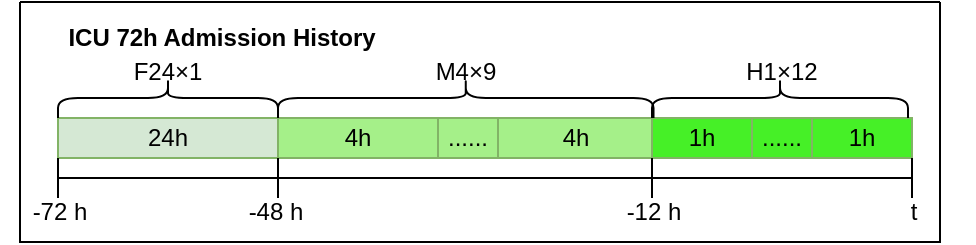
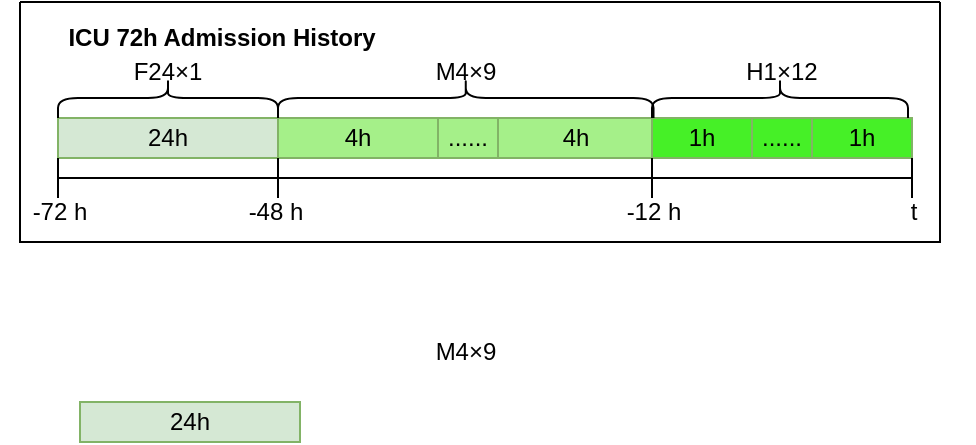
<mxfile host="app.diagrams.net">
  <diagram name="第 1 页" id="ZXRgyMgndbSnMul60k35">
-     <mxGraphModel dx="903" dy="616" grid="1" gridSize="10" guides="1" tooltips="1" connect="1" arrows="1" fold="1" page="1" pageScale="1" pageWidth="827" pageHeight="1169" math="0" shadow="0">
+     <mxGraphModel dx="632" dy="431" grid="1" gridSize="10" guides="1" tooltips="1" connect="1" arrows="1" fold="1" page="1" pageScale="1" pageWidth="827" pageHeight="1169" math="0" shadow="0">
      <root>
        <mxCell id="0" />
        <mxCell id="1" parent="0" />
        <mxCell id="Cz9zJ3ElJhsfQI_fBBap-1" parent="1" style="rounded=0;whiteSpace=wrap;html=1;fillColor=#d5e8d4;strokeColor=#82b366;" value="24h" vertex="1">
          <mxGeometry height="20" width="110" x="309" y="248" as="geometry" />
        </mxCell>
        <mxCell id="Cz9zJ3ElJhsfQI_fBBap-2" parent="1" style="rounded=0;whiteSpace=wrap;html=1;fillColor=light-dark(#A5F089,#1F2F1E);strokeColor=#82b366;" value="4h" vertex="1">
          <mxGeometry height="20" width="80" x="419" y="248" as="geometry" />
        </mxCell>
        <mxCell id="Cz9zJ3ElJhsfQI_fBBap-3" parent="1" style="rounded=0;whiteSpace=wrap;html=1;fillColor=light-dark(#A5F089,#1F2F1E);strokeColor=#82b366;" value="4h" vertex="1">
          <mxGeometry height="20" width="84" x="526" y="248" as="geometry" />
        </mxCell>
        <mxCell id="Cz9zJ3ElJhsfQI_fBBap-4" parent="1" style="rounded=0;whiteSpace=wrap;html=1;fillColor=light-dark(#A5F089,#1F2F1E);strokeColor=#82b366;" value="......" vertex="1">
          <mxGeometry height="20" width="30" x="499" y="248" as="geometry" />
        </mxCell>
        <mxCell id="Cz9zJ3ElJhsfQI_fBBap-5" parent="1" style="rounded=0;whiteSpace=wrap;html=1;fillColor=light-dark(#46F027,#1F2F1E);strokeColor=#82b366;" value="1h" vertex="1">
          <mxGeometry height="20" width="50" x="606" y="248" as="geometry" />
        </mxCell>
        <mxCell id="Cz9zJ3ElJhsfQI_fBBap-6" parent="1" style="rounded=0;whiteSpace=wrap;html=1;fillColor=light-dark(#46F027,#1F2F1E);strokeColor=#82b366;" value="1h" vertex="1">
          <mxGeometry height="20" width="50" x="686" y="248" as="geometry" />
        </mxCell>
        <mxCell id="Cz9zJ3ElJhsfQI_fBBap-7" parent="1" style="rounded=0;whiteSpace=wrap;html=1;fillColor=light-dark(#46F027,#1F2F1E);strokeColor=#82b366;" value="......" vertex="1">
          <mxGeometry height="20" width="30" x="656" y="248" as="geometry" />
        </mxCell>
        <mxCell id="Cz9zJ3ElJhsfQI_fBBap-8" parent="1" style="shape=crossbar;whiteSpace=wrap;html=1;rounded=1;" value="" vertex="1">
          <mxGeometry height="20" width="110" x="309" y="268" as="geometry" />
        </mxCell>
        <mxCell id="Cz9zJ3ElJhsfQI_fBBap-9" parent="1" style="text;html=1;whiteSpace=wrap;strokeColor=none;fillColor=none;align=center;verticalAlign=middle;rounded=0;" value="-72 h" vertex="1">
          <mxGeometry height="30" width="60" x="280" y="280" as="geometry" />
        </mxCell>
        <mxCell id="Cz9zJ3ElJhsfQI_fBBap-10" parent="1" style="text;html=1;whiteSpace=wrap;strokeColor=none;fillColor=none;align=center;verticalAlign=middle;rounded=0;" value="-48 h" vertex="1">
          <mxGeometry height="30" width="60" x="388" y="280" as="geometry" />
        </mxCell>
        <mxCell id="Cz9zJ3ElJhsfQI_fBBap-11" parent="1" style="shape=crossbar;whiteSpace=wrap;html=1;rounded=1;" value="" vertex="1">
          <mxGeometry height="20" width="187" x="419" y="268" as="geometry" />
        </mxCell>
        <mxCell id="Cz9zJ3ElJhsfQI_fBBap-12" parent="1" style="shape=crossbar;whiteSpace=wrap;html=1;rounded=1;" value="" vertex="1">
          <mxGeometry height="20" width="130" x="606" y="268" as="geometry" />
        </mxCell>
        <mxCell id="Cz9zJ3ElJhsfQI_fBBap-13" parent="1" style="text;html=1;whiteSpace=wrap;strokeColor=none;fillColor=none;align=center;verticalAlign=middle;rounded=0;" value="-12 h" vertex="1">
          <mxGeometry height="30" width="60" x="577" y="280" as="geometry" />
        </mxCell>
        <mxCell id="Cz9zJ3ElJhsfQI_fBBap-14" parent="1" style="text;html=1;whiteSpace=wrap;strokeColor=none;fillColor=none;align=center;verticalAlign=middle;rounded=0;" value="t" vertex="1">
          <mxGeometry height="30" width="60" x="707" y="280" as="geometry" />
        </mxCell>
        <mxCell id="Cz9zJ3ElJhsfQI_fBBap-16" parent="1" style="shape=curlyBracket;whiteSpace=wrap;html=1;rounded=1;flipH=1;labelPosition=right;verticalLabelPosition=middle;align=left;verticalAlign=middle;legacyAnchorPoints=0;rotation=-90;" value="" vertex="1">
          <mxGeometry height="110" width="20" x="354" y="183" as="geometry" />
        </mxCell>
        <mxCell id="Cz9zJ3ElJhsfQI_fBBap-17" parent="1" style="text;html=1;whiteSpace=wrap;strokeColor=none;fillColor=none;align=center;verticalAlign=middle;rounded=0;" value="F24×1" vertex="1">
          <mxGeometry height="30" width="60" x="334" y="210" as="geometry" />
        </mxCell>
        <mxCell id="Cz9zJ3ElJhsfQI_fBBap-19" parent="1" style="shape=curlyBracket;whiteSpace=wrap;html=1;rounded=1;labelPosition=left;verticalLabelPosition=middle;align=right;verticalAlign=middle;rotation=90;" value="" vertex="1">
          <mxGeometry height="187.75" width="20" x="502.88" y="144.13" as="geometry" />
        </mxCell>
        <mxCell id="Cz9zJ3ElJhsfQI_fBBap-22" parent="1" style="shape=curlyBracket;whiteSpace=wrap;html=1;rounded=1;labelPosition=left;verticalLabelPosition=middle;align=right;verticalAlign=middle;rotation=90;" value="" vertex="1">
          <mxGeometry height="128" width="20" x="660" y="174" as="geometry" />
        </mxCell>
        <mxCell id="Cz9zJ3ElJhsfQI_fBBap-23" parent="1" style="text;html=1;whiteSpace=wrap;strokeColor=none;fillColor=none;align=center;verticalAlign=middle;rounded=0;" value="M4×9" vertex="1">
          <mxGeometry height="30" width="60" x="482.5" y="210" as="geometry" />
        </mxCell>
        <mxCell id="Cz9zJ3ElJhsfQI_fBBap-24" parent="1" style="text;html=1;whiteSpace=wrap;strokeColor=none;fillColor=none;align=center;verticalAlign=middle;rounded=0;" value="H1×12&lt;span style=&quot;color: rgba(0, 0, 0, 0); font-family: monospace; font-size: 0px; text-align: start; white-space: nowrap;&quot;&gt;%3CmxGraphModel%3E%3Croot%3E%3CmxCell%20id%3D%220%22%2F%3E%3CmxCell%20id%3D%221%22%20parent%3D%220%22%2F%3E%3CmxCell%20id%3D%222%22%20parent%3D%221%22%20style%3D%22text%3Bhtml%3D1%3BwhiteSpace%3Dwrap%3BstrokeColor%3Dnone%3BfillColor%3Dnone%3Balign%3Dcenter%3BverticalAlign%3Dmiddle%3Brounded%3D0%3B%22%20value%3D%22M4%C3%979%22%20vertex%3D%221%22%3E%3CmxGeometry%20height%3D%2230%22%20width%3D%2260%22%20x%3D%22482.5%22%20y%3D%22210%22%20as%3D%22geometry%22%2F%3E%3C%2FmxCell%3E%3C%2Froot%3E%3C%2FmxGraphModel%3E%3CmxGraphModel%3E%3Croot%3E%3CmxCell%20id%3D%220%22%2F%3E%3CmxCell%20id%3D%221%22%20parent%3D%220%22%2F%3E%3CmxCell%20id%3D%222%22%20parent%3D%221%22%20style%3D%22text%3Bhtml%3D1%3BwhiteSpace%3Dwrap%3BstrokeColor%3Dnone%3BfillColor%3Dnone%3Balign%3Dcenter%3BverticalAlign%3Dmiddle%3Brounded%3D0%3B%22%20value%3D%22M4%C3%979%22%20vertex%3D%221%22%3E%3CmxGeometry%20height%3D%2230%22%20width%3D%2260%22%20x%3D%22482.5%22%20y%3D%22210%22%20as%3D%22geometry%22%2F%3E%3C%2FmxCell%3E%3C%2Froot%3E%3C%2FmxGraphModel%3E&lt;/span&gt;" vertex="1">
          <mxGeometry height="30" width="60" x="641" y="210" as="geometry" />
        </mxCell>
        <mxCell id="Cz9zJ3ElJhsfQI_fBBap-25" parent="1" style="swimlane;startSize=0;" value="" vertex="1">
          <mxGeometry height="120" width="460" x="290" y="190" as="geometry" />
        </mxCell>
        <mxCell id="Cz9zJ3ElJhsfQI_fBBap-15" parent="Cz9zJ3ElJhsfQI_fBBap-25" style="text;html=1;whiteSpace=wrap;strokeColor=none;fillColor=none;align=center;verticalAlign=middle;rounded=0;" value="&lt;b&gt;ICU 72h Admission History&lt;/b&gt;" vertex="1">
          <mxGeometry height="30" width="184" x="8.5" y="3" as="geometry" />
        </mxCell>
+         <mxCell id="Cz9zJ3ElJhsfQI_fBBap-30" parent="1" style="text;html=1;whiteSpace=wrap;strokeColor=none;fillColor=none;align=center;verticalAlign=middle;rounded=0;" value="M4×9" vertex="1">
+           <mxGeometry height="30" width="60" x="482.5" y="350" as="geometry" />
+         </mxCell>
+         <mxCell id="Cz9zJ3ElJhsfQI_fBBap-31" parent="1" style="rounded=0;whiteSpace=wrap;html=1;fillColor=#d5e8d4;strokeColor=#82b366;" value="24h" vertex="1">
+           <mxGeometry height="20" width="110" x="320" y="390" as="geometry" />
+         </mxCell>
      </root>
    </mxGraphModel>
  </diagram>
</mxfile>
